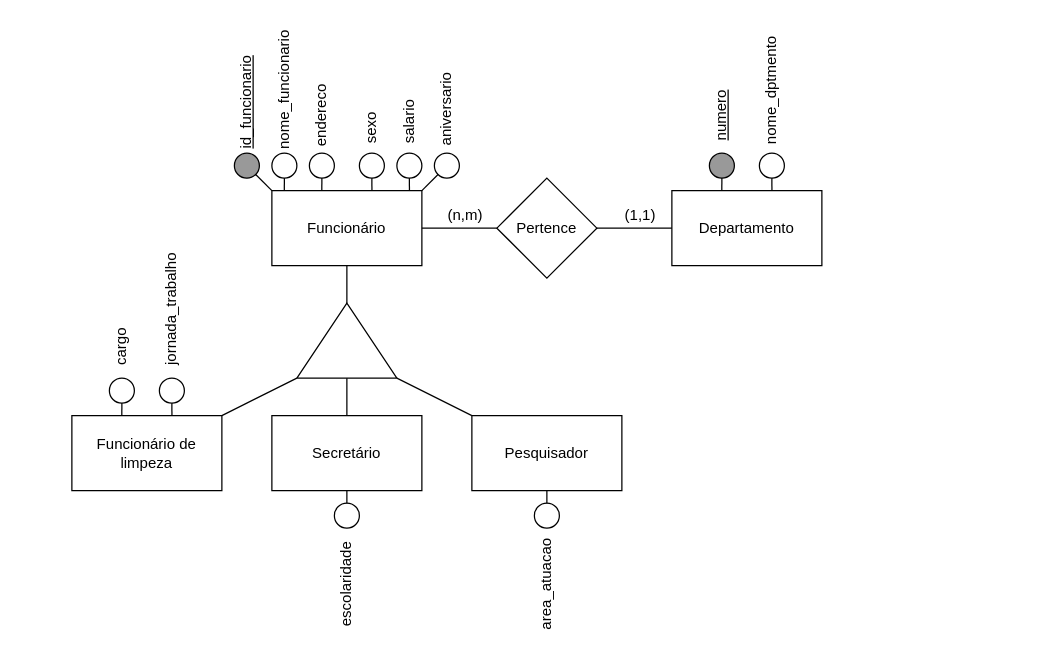
Above: Lista4_18-04/Ex2.drawio in andreeeeeeeee/Engenharia_Software (draw.io), before the change. Source tidied: cells renumbered, new cells numbered last; positions are measured from the earlier drawing's top-left corner, leaving out a move shared by most shapes. Both pictures are drawn from the tidied source at 125%, with x=0, y=0 at pixel (71, 71).
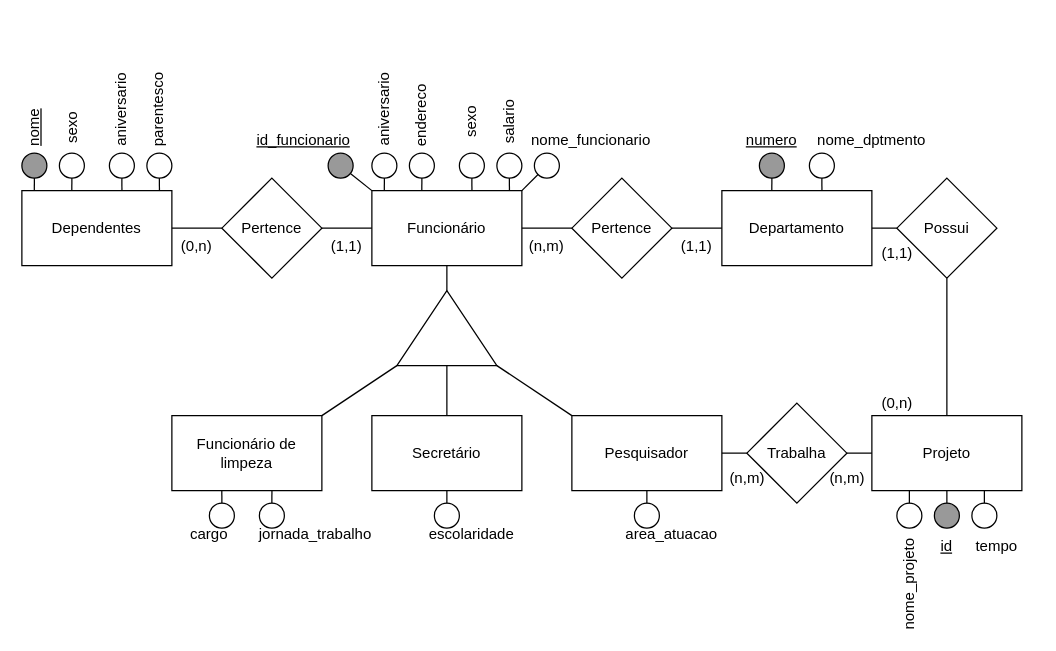
Above is the later version.

What changed in the source:
```diff
@@
     <mxCell id="2" value="Funcionário" style="rounded=0;whiteSpace=wrap;html=1;" parent="1" vertex="1">
-      <mxGeometry x="160" y="95" width="120" height="60" as="geometry" />
+      <mxGeometry x="240" y="95" width="120" height="60" as="geometry" />
     </mxCell>
     <mxCell id="3" style="triangle;whiteSpace=wrap;html=1;rotation=-90;" parent="1" vertex="1">
-      <mxGeometry x="190" y="175" width="60" height="80" as="geometry" />
+      <mxGeometry x="270" y="165" width="60" height="80" as="geometry" />
     </mxCell>
@@
     <mxCell id="5" value="Funcionário de limpeza" style="rounded=0;whiteSpace=wrap;html=1;" parent="1" vertex="1">
-      <mxGeometry y="275" width="120" height="60" as="geometry" />
+      <mxGeometry x="80" y="275" width="120" height="60" as="geometry" />
     </mxCell>
     <mxCell id="6" value="Secretário" style="rounded=0;whiteSpace=wrap;html=1;" parent="1" vertex="1">
-      <mxGeometry x="160" y="275" width="120" height="60" as="geometry" />
+      <mxGeometry x="240" y="275" width="120" height="60" as="geometry" />
     </mxCell>
     <mxCell id="7" value="Pesquisador" style="rounded=0;whiteSpace=wrap;html=1;" parent="1" vertex="1">
-      <mxGeometry x="320" y="275" width="120" height="60" as="geometry" />
+      <mxGeometry x="400" y="275" width="120" height="60" as="geometry" />
     </mxCell>
-    <mxCell id="8" style="endArrow=none;html=1;rounded=0;entryX=0;entryY=0;entryDx=0;entryDy=0;entryPerimeter=0;" parent="1" edge="1" source="5" target="3">
+    <mxCell id="8" style="endArrow=none;html=1;rounded=0;exitX=1;exitY=0;exitDx=0;exitDy=0;entryX=0;entryY=0;entryDx=0;entryDy=0;entryPerimeter=0;" parent="1" edge="1" source="5" target="3">
       <mxGeometry relative="1" as="geometry" />
     </mxCell>
@@
-    <mxCell id="10" style="endArrow=none;html=1;rounded=0;entryX=0;entryY=1;entryDx=0;entryDy=0;entryPerimeter=0;" parent="1" edge="1" source="7" target="3">
-      <mxGeometry relative="1" as="geometry" />
+    <mxCell id="10" style="endArrow=none;html=1;rounded=0;entryX=0;entryY=1;entryDx=0;entryDy=0;entryPerimeter=0;" parent="1" edge="1" target="3">
+      <mxGeometry relative="1" as="geometry">
+        <mxPoint x="400" y="275" as="sourcePoint" />
+      </mxGeometry>
     </mxCell>
     <mxCell id="11" style="ellipse;whiteSpace=wrap;html=1;fillColor=#999999;" parent="1" vertex="1">
-      <mxGeometry x="130" y="65" width="20" height="20" as="geometry" />
+      <mxGeometry x="205" y="65" width="20" height="20" as="geometry" />
     </mxCell>
     <mxCell id="12" style="ellipse;whiteSpace=wrap;html=1;" parent="1" vertex="1">
-      <mxGeometry x="260" y="65" width="20" height="20" as="geometry" />
+      <mxGeometry x="340" y="65" width="20" height="20" as="geometry" />
     </mxCell>
     <mxCell id="13" style="ellipse;whiteSpace=wrap;html=1;" parent="1" vertex="1">
-      <mxGeometry x="190" y="65" width="20" height="20" as="geometry" />
+      <mxGeometry x="270" y="65" width="20" height="20" as="geometry" />
     </mxCell>
     <mxCell id="14" style="ellipse;whiteSpace=wrap;html=1;" parent="1" vertex="1">
-      <mxGeometry x="160" y="65" width="20" height="20" as="geometry" />
+      <mxGeometry x="240" y="65" width="20" height="20" as="geometry" />
     </mxCell>
     <mxCell id="15" style="ellipse;whiteSpace=wrap;html=1;" parent="1" vertex="1">
-      <mxGeometry x="230" y="65" width="20" height="20" as="geometry" />
+      <mxGeometry x="310" y="65" width="20" height="20" as="geometry" />
     </mxCell>
@@
-    <mxCell id="21" value="&lt;u&gt;id_funcionario&lt;/u&gt;" style="text;html=1;align=center;verticalAlign=middle;strokeColor=none;fillColor=none;rotation=-90;" parent="1" vertex="1">
-      <mxGeometry x="95" y="15" width="90" height="20" as="geometry" />
+    <mxCell id="21" value="&lt;u&gt;id_funcionario&lt;/u&gt;" style="text;html=1;align=center;verticalAlign=middle;strokeColor=none;fillColor=none;rotation=0;" parent="1" vertex="1">
+      <mxGeometry x="140" y="45" width="90" height="20" as="geometry" />
     </mxCell>
     <mxCell id="22" style="ellipse;whiteSpace=wrap;html=1;" parent="1" vertex="1">
-      <mxGeometry x="290" y="65" width="20" height="20" as="geometry" />
+      <mxGeometry x="370" y="65" width="20" height="20" as="geometry" />
     </mxCell>
@@
-    <mxCell id="24" value="nome_funcionario" style="text;html=1;align=center;verticalAlign=middle;strokeColor=none;fillColor=none;rotation=-90;" parent="1" vertex="1">
-      <mxGeometry x="115" y="5" width="110" height="20" as="geometry" />
+    <mxCell id="24" value="nome_funcionario" style="text;html=1;align=center;verticalAlign=middle;strokeColor=none;fillColor=none;rotation=0;" parent="1" vertex="1">
+      <mxGeometry x="360" y="45" width="110" height="20" as="geometry" />
     </mxCell>
     <mxCell id="25" value="endereco" style="text;html=1;strokeColor=none;fillColor=none;align=center;verticalAlign=middle;whiteSpace=wrap;rounded=0;rotation=-90;" parent="1" vertex="1">
-      <mxGeometry x="170" y="20" width="60" height="30" as="geometry" />
+      <mxGeometry x="250" y="20" width="60" height="30" as="geometry" />
     </mxCell>
     <mxCell id="26" value="sexo" style="text;html=1;strokeColor=none;fillColor=none;align=center;verticalAlign=middle;whiteSpace=wrap;rounded=0;rotation=-90;" parent="1" vertex="1">
-      <mxGeometry x="210" y="30" width="60" height="30" as="geometry" />
+      <mxGeometry x="290" y="25" width="60" height="30" as="geometry" />
     </mxCell>
     <mxCell id="27" value="salario" style="text;html=1;strokeColor=none;fillColor=none;align=center;verticalAlign=middle;whiteSpace=wrap;rounded=0;rotation=-90;" parent="1" vertex="1">
-      <mxGeometry x="240" y="25" width="60" height="30" as="geometry" />
+      <mxGeometry x="320" y="25" width="60" height="30" as="geometry" />
     </mxCell>
     <mxCell id="28" value="aniversario" style="text;html=1;strokeColor=none;fillColor=none;align=center;verticalAlign=middle;whiteSpace=wrap;rounded=0;rotation=-90;" parent="1" vertex="1">
-      <mxGeometry x="270" y="15" width="60" height="30" as="geometry" />
+      <mxGeometry x="220" y="15" width="60" height="30" as="geometry" />
     </mxCell>
     <mxCell id="29" style="ellipse;whiteSpace=wrap;html=1;" parent="1" vertex="1">
-      <mxGeometry x="30" y="245" width="20" height="20" as="geometry" />
+      <mxGeometry x="110" y="345" width="20" height="20" as="geometry" />
     </mxCell>
     <mxCell id="30" style="ellipse;whiteSpace=wrap;html=1;" parent="1" vertex="1">
-      <mxGeometry x="210" y="345" width="20" height="20" as="geometry" />
+      <mxGeometry x="290" y="345" width="20" height="20" as="geometry" />
     </mxCell>
     <mxCell id="31" style="ellipse;whiteSpace=wrap;html=1;" parent="1" vertex="1">
-      <mxGeometry x="70" y="245" width="20" height="20" as="geometry" />
+      <mxGeometry x="150" y="345" width="20" height="20" as="geometry" />
     </mxCell>
     <mxCell id="32" style="ellipse;whiteSpace=wrap;html=1;" parent="1" vertex="1">
-      <mxGeometry x="370" y="345" width="20" height="20" as="geometry" />
+      <mxGeometry x="450" y="345" width="20" height="20" as="geometry" />
     </mxCell>
-    <mxCell id="33" value="area_atuacao" style="text;html=1;strokeColor=none;fillColor=none;align=center;verticalAlign=middle;whiteSpace=wrap;rounded=0;rotation=-90;" parent="1" vertex="1">
-      <mxGeometry x="350" y="395" width="60" height="30" as="geometry" />
+    <mxCell id="33" value="area_atuacao" style="text;html=1;strokeColor=none;fillColor=none;align=center;verticalAlign=middle;whiteSpace=wrap;rounded=0;rotation=0;" parent="1" vertex="1">
+      <mxGeometry x="450" y="355" width="60" height="30" as="geometry" />
     </mxCell>
-    <mxCell id="34" value="escolaridade" style="text;html=1;strokeColor=none;fillColor=none;align=center;verticalAlign=middle;whiteSpace=wrap;rounded=0;rotation=-90;" parent="1" vertex="1">
-      <mxGeometry x="190" y="395" width="60" height="30" as="geometry" />
+    <mxCell id="34" value="escolaridade" style="text;html=1;strokeColor=none;fillColor=none;align=center;verticalAlign=middle;whiteSpace=wrap;rounded=0;rotation=0;" parent="1" vertex="1">
+      <mxGeometry x="290" y="355" width="60" height="30" as="geometry" />
     </mxCell>
-    <mxCell id="35" value="cargo" style="text;html=1;strokeColor=none;fillColor=none;align=center;verticalAlign=middle;whiteSpace=wrap;rounded=0;rotation=-90;" parent="1" vertex="1">
-      <mxGeometry x="10" y="205" width="60" height="30" as="geometry" />
+    <mxCell id="35" value="cargo" style="text;html=1;strokeColor=none;fillColor=none;align=center;verticalAlign=middle;whiteSpace=wrap;rounded=0;rotation=0;" parent="1" vertex="1">
+      <mxGeometry x="80" y="355" width="60" height="30" as="geometry" />
     </mxCell>
-    <mxCell id="36" value="jornada_trabalho" style="text;html=1;strokeColor=none;fillColor=none;align=center;verticalAlign=middle;whiteSpace=wrap;rounded=0;rotation=-90;" parent="1" vertex="1">
-      <mxGeometry x="50" y="175" width="60" height="30" as="geometry" />
+    <mxCell id="36" value="jornada_trabalho" style="text;html=1;strokeColor=none;fillColor=none;align=center;verticalAlign=middle;whiteSpace=wrap;rounded=0;rotation=0;" parent="1" vertex="1">
+      <mxGeometry x="165" y="355" width="60" height="30" as="geometry" />
     </mxCell>
-    <mxCell id="37" style="endArrow=none;html=1;rounded=0;entryX=0.333;entryY=0;entryDx=0;entryDy=0;entryPerimeter=0;" parent="1" edge="1" source="29" target="5">
+    <mxCell id="37" style="endArrow=none;html=1;rounded=0;entryX=0.333;entryY=1;entryDx=0;entryDy=0;entryPerimeter=0;" parent="1" edge="1" source="29" target="5">
       <mxGeometry relative="1" as="geometry" />
     </mxCell>
@@
-    <mxCell id="39" style="endArrow=none;html=1;rounded=0;exitX=0.667;exitY=0;exitDx=0;exitDy=0;exitPerimeter=0;" parent="1" edge="1" source="5" target="31">
+    <mxCell id="39" style="endArrow=none;html=1;rounded=0;exitX=0.667;exitY=1;exitDx=0;exitDy=0;exitPerimeter=0;" parent="1" edge="1" source="5" target="31">
       <mxGeometry relative="1" as="geometry" />
     </mxCell>
@@
     <mxCell id="41" value="Pertence" style="rhombus;whiteSpace=wrap;html=1;" parent="1" vertex="1">
-      <mxGeometry x="340" y="85" width="80" height="80" as="geometry" />
+      <mxGeometry x="400" y="85" width="80" height="80" as="geometry" />
     </mxCell>
@@
     <mxCell id="43" value="Departamento" style="rounded=0;whiteSpace=wrap;html=1;" parent="1" vertex="1">
-      <mxGeometry x="480" y="95" width="120" height="60" as="geometry" />
+      <mxGeometry x="520" y="95" width="120" height="60" as="geometry" />
     </mxCell>
@@
     <mxCell id="45" value="(1,1)" style="text;html=1;strokeColor=none;fillColor=none;align=center;verticalAlign=middle;whiteSpace=wrap;rounded=0;" parent="1" vertex="1">
-      <mxGeometry x="425" y="100" width="60" height="30" as="geometry" />
+      <mxGeometry x="470" y="125" width="60" height="30" as="geometry" />
     </mxCell>
     <mxCell id="46" value="(n,m)" style="text;html=1;strokeColor=none;fillColor=none;align=center;verticalAlign=middle;whiteSpace=wrap;rounded=0;" parent="1" vertex="1">
-      <mxGeometry x="285" y="100" width="60" height="30" as="geometry" />
+      <mxGeometry x="350" y="125" width="60" height="30" as="geometry" />
     </mxCell>
     <mxCell id="47" style="ellipse;whiteSpace=wrap;html=1;fillColor=#999999;" parent="1" vertex="1">
-      <mxGeometry x="510" y="65" width="20" height="20" as="geometry" />
+      <mxGeometry x="550" y="65" width="20" height="20" as="geometry" />
     </mxCell>
     <mxCell id="48" style="ellipse;whiteSpace=wrap;html=1;" parent="1" vertex="1">
-      <mxGeometry x="550" y="65" width="20" height="20" as="geometry" />
+      <mxGeometry x="590" y="65" width="20" height="20" as="geometry" />
     </mxCell>
@@
-    <mxCell id="51" value="&lt;u&gt;numero&lt;/u&gt;" style="text;html=1;strokeColor=none;fillColor=none;align=center;verticalAlign=middle;whiteSpace=wrap;rounded=0;rotation=-90;" parent="1" vertex="1">
-      <mxGeometry x="490" y="20" width="60" height="30" as="geometry" />
+    <mxCell id="51" value="&lt;u&gt;numero&lt;/u&gt;" style="text;html=1;strokeColor=none;fillColor=none;align=center;verticalAlign=middle;whiteSpace=wrap;rounded=0;rotation=0;" parent="1" vertex="1">
+      <mxGeometry x="530" y="40" width="60" height="30" as="geometry" />
     </mxCell>
-    <mxCell id="52" value="nome_dptmento" style="text;html=1;strokeColor=none;fillColor=none;align=center;verticalAlign=middle;whiteSpace=wrap;rounded=0;rotation=-90;" parent="1" vertex="1">
-      <mxGeometry x="530" width="60" height="30" as="geometry" />
+    <mxCell id="52" value="nome_dptmento" style="text;html=1;strokeColor=none;fillColor=none;align=center;verticalAlign=middle;whiteSpace=wrap;rounded=0;rotation=0;" parent="1" vertex="1">
+      <mxGeometry x="610" y="40" width="60" height="30" as="geometry" />
     </mxCell>
+    <mxCell id="53" value="Possui" style="rhombus;whiteSpace=wrap;html=1;fillColor=#FFFFFF;" parent="1" vertex="1">
+      <mxGeometry x="660" y="85" width="80" height="80" as="geometry" />
+    </mxCell>
+    <mxCell id="54" value="Projeto" style="rounded=0;whiteSpace=wrap;html=1;fillColor=#FFFFFF;" parent="1" vertex="1">
+      <mxGeometry x="640" y="275" width="120" height="60" as="geometry" />
+    </mxCell>
+    <mxCell id="55" style="endArrow=none;html=1;rounded=0;" parent="1" edge="1" source="43" target="53">
+      <mxGeometry relative="1" as="geometry" />
+    </mxCell>
+    <mxCell id="56" style="endArrow=none;html=1;rounded=0;" parent="1" edge="1" source="53" target="54">
+      <mxGeometry relative="1" as="geometry" />
+    </mxCell>
+    <mxCell id="57" value="(1,1)" style="text;html=1;align=center;verticalAlign=middle;strokeColor=none;fillColor=none;" parent="1" vertex="1">
+      <mxGeometry x="640" y="135" width="40" height="20" as="geometry" />
+    </mxCell>
+    <mxCell id="58" value="(0,n)" style="text;html=1;align=center;verticalAlign=middle;strokeColor=none;fillColor=none;" parent="1" vertex="1">
+      <mxGeometry x="640" y="255" width="40" height="20" as="geometry" />
+    </mxCell>
+    <mxCell id="59" value="Trabalha" style="rhombus;whiteSpace=wrap;html=1;fillColor=#FFFFFF;" parent="1" vertex="1">
+      <mxGeometry x="540" y="265" width="80" height="80" as="geometry" />
+    </mxCell>
+    <mxCell id="60" style="endArrow=none;html=1;rounded=0;" parent="1" edge="1" source="7" target="59">
+      <mxGeometry relative="1" as="geometry" />
+    </mxCell>
+    <mxCell id="61" style="endArrow=none;html=1;rounded=0;" parent="1" edge="1" source="54" target="59">
+      <mxGeometry relative="1" as="geometry" />
+    </mxCell>
+    <mxCell id="62" value="(n,m)" style="text;html=1;align=center;verticalAlign=middle;strokeColor=none;fillColor=none;" parent="1" vertex="1">
+      <mxGeometry x="520" y="315" width="40" height="20" as="geometry" />
+    </mxCell>
+    <mxCell id="63" value="(n,m)" style="text;html=1;align=center;verticalAlign=middle;strokeColor=none;fillColor=none;" parent="1" vertex="1">
+      <mxGeometry x="600" y="315" width="40" height="20" as="geometry" />
+    </mxCell>
+    <mxCell id="64" style="ellipse;whiteSpace=wrap;html=1;fillColor=#999999;" parent="1" vertex="1">
+      <mxGeometry x="690" y="345" width="20" height="20" as="geometry" />
+    </mxCell>
+    <mxCell id="65" style="ellipse;whiteSpace=wrap;html=1;fillColor=#FFFFFF;" parent="1" vertex="1">
+      <mxGeometry x="660" y="345" width="20" height="20" as="geometry" />
+    </mxCell>
+    <mxCell id="66" style="ellipse;whiteSpace=wrap;html=1;" parent="1" vertex="1">
+      <mxGeometry x="720" y="345" width="20" height="20" as="geometry" />
+    </mxCell>
+    <mxCell id="67" style="endArrow=none;html=1;rounded=0;" parent="1" edge="1" source="54" target="64">
+      <mxGeometry relative="1" as="geometry" />
+    </mxCell>
+    <mxCell id="68" style="endArrow=none;html=1;rounded=0;exitX=0.75;exitY=1;exitDx=0;exitDy=0;" parent="1" edge="1" source="54" target="66">
+      <mxGeometry relative="1" as="geometry" />
+    </mxCell>
+    <mxCell id="69" style="endArrow=none;html=1;rounded=0;entryX=0.25;entryY=1;entryDx=0;entryDy=0;" parent="1" edge="1" source="65" target="54">
+      <mxGeometry relative="1" as="geometry" />
+    </mxCell>
+    <mxCell id="70" value="nome_projeto" style="text;html=1;strokeColor=none;fillColor=none;align=center;verticalAlign=middle;whiteSpace=wrap;rounded=0;rotation=-90;" parent="1" vertex="1">
+      <mxGeometry x="640" y="395" width="60" height="30" as="geometry" />
+    </mxCell>
+    <mxCell id="71" value="&lt;u&gt;id&lt;/u&gt;" style="text;html=1;strokeColor=none;fillColor=none;align=center;verticalAlign=middle;whiteSpace=wrap;rounded=0;rotation=0;" parent="1" vertex="1">
+      <mxGeometry x="670" y="365" width="60" height="30" as="geometry" />
+    </mxCell>
+    <mxCell id="72" value="tempo" style="text;html=1;strokeColor=none;fillColor=none;align=center;verticalAlign=middle;whiteSpace=wrap;rounded=0;rotation=0;" parent="1" vertex="1">
+      <mxGeometry x="710" y="365" width="60" height="30" as="geometry" />
+    </mxCell>
+    <mxCell id="73" value="Pertence" style="rhombus;whiteSpace=wrap;html=1;fillColor=#FFFFFF;" parent="1" vertex="1">
+      <mxGeometry x="120" y="85" width="80" height="80" as="geometry" />
+    </mxCell>
+    <mxCell id="74" value="Dependentes" style="rounded=0;whiteSpace=wrap;html=1;fillColor=#FFFFFF;" parent="1" vertex="1">
+      <mxGeometry x="-40" y="95" width="120" height="60" as="geometry" />
+    </mxCell>
+    <mxCell id="75" style="endArrow=none;html=1;rounded=0;" parent="1" edge="1" source="2" target="73">
+      <mxGeometry relative="1" as="geometry" />
+    </mxCell>
+    <mxCell id="76" style="endArrow=none;html=1;rounded=0;" parent="1" edge="1" source="74" target="73">
+      <mxGeometry relative="1" as="geometry" />
+    </mxCell>
+    <mxCell id="77" value="(0,n)" style="text;html=1;strokeColor=none;fillColor=none;align=center;verticalAlign=middle;whiteSpace=wrap;rounded=0;" parent="1" vertex="1">
+      <mxGeometry x="70" y="125" width="60" height="30" as="geometry" />
+    </mxCell>
+    <mxCell id="78" value="(1,1)" style="text;html=1;strokeColor=none;fillColor=none;align=center;verticalAlign=middle;whiteSpace=wrap;rounded=0;" parent="1" vertex="1">
+      <mxGeometry x="190" y="125" width="60" height="30" as="geometry" />
+    </mxCell>
+    <mxCell id="79" style="ellipse;whiteSpace=wrap;html=1;fillColor=#FFFFFF;" parent="1" vertex="1">
+      <mxGeometry x="-10" y="65" width="20" height="20" as="geometry" />
+    </mxCell>
+    <mxCell id="80" style="ellipse;whiteSpace=wrap;html=1;fillColor=#FFFFFF;" parent="1" vertex="1">
+      <mxGeometry x="30" y="65" width="20" height="20" as="geometry" />
+    </mxCell>
+    <mxCell id="81" style="ellipse;whiteSpace=wrap;html=1;fillColor=#FFFFFF;" parent="1" vertex="1">
+      <mxGeometry x="60" y="65" width="20" height="20" as="geometry" />
+    </mxCell>
+    <mxCell id="82" style="ellipse;whiteSpace=wrap;html=1;fillColor=#999999;" parent="1" vertex="1">
+      <mxGeometry x="-40" y="65" width="20" height="20" as="geometry" />
+    </mxCell>
+    <mxCell id="83" style="endArrow=none;html=1;rounded=0;" parent="1" edge="1" target="74">
+      <mxGeometry relative="1" as="geometry">
+        <mxPoint x="-40" y="145" as="sourcePoint" />
+      </mxGeometry>
+    </mxCell>
+    <mxCell id="84" style="endArrow=none;html=1;rounded=0;exitX=0.667;exitY=0;exitDx=0;exitDy=0;exitPerimeter=0;" parent="1" edge="1" source="74" target="80">
+      <mxGeometry relative="1" as="geometry" />
+    </mxCell>
+    <mxCell id="85" style="endArrow=none;html=1;rounded=0;exitX=0.917;exitY=0;exitDx=0;exitDy=0;exitPerimeter=0;" parent="1" edge="1" source="74" target="81">
+      <mxGeometry relative="1" as="geometry" />
+    </mxCell>
+    <mxCell id="86" style="endArrow=none;html=1;rounded=0;exitX=0.333;exitY=0;exitDx=0;exitDy=0;exitPerimeter=0;" parent="1" edge="1" source="74" target="79">
+      <mxGeometry relative="1" as="geometry" />
+    </mxCell>
+    <mxCell id="87" style="endArrow=none;html=1;rounded=0;exitX=0.083;exitY=0;exitDx=0;exitDy=0;exitPerimeter=0;" parent="1" edge="1" source="74" target="82">
+      <mxGeometry relative="1" as="geometry" />
+    </mxCell>
+    <mxCell id="88" value="&lt;u&gt;nome&lt;/u&gt;" style="text;html=1;strokeColor=none;fillColor=none;align=center;verticalAlign=middle;whiteSpace=wrap;rounded=0;rotation=-90;" parent="1" vertex="1">
+      <mxGeometry x="-60" y="34.4" width="60" height="20.6" as="geometry" />
+    </mxCell>
+    <mxCell id="89" value="sexo" style="text;html=1;strokeColor=none;fillColor=none;align=center;verticalAlign=middle;whiteSpace=wrap;rounded=0;rotation=-90;" parent="1" vertex="1">
+      <mxGeometry x="-30" y="29.7" width="60" height="30" as="geometry" />
+    </mxCell>
+    <mxCell id="90" value="parentesco" style="text;html=1;strokeColor=none;fillColor=none;align=center;verticalAlign=middle;whiteSpace=wrap;rounded=0;rotation=-90;" parent="1" vertex="1">
+      <mxGeometry x="40" y="15.3" width="60" height="30" as="geometry" />
+    </mxCell>
+    <mxCell id="91" value="aniversario" style="text;html=1;strokeColor=none;fillColor=none;align=center;verticalAlign=middle;whiteSpace=wrap;rounded=0;rotation=-90;" parent="1" vertex="1">
+      <mxGeometry x="10" y="15.3" width="60" height="30" as="geometry" />
+    </mxCell>
```
